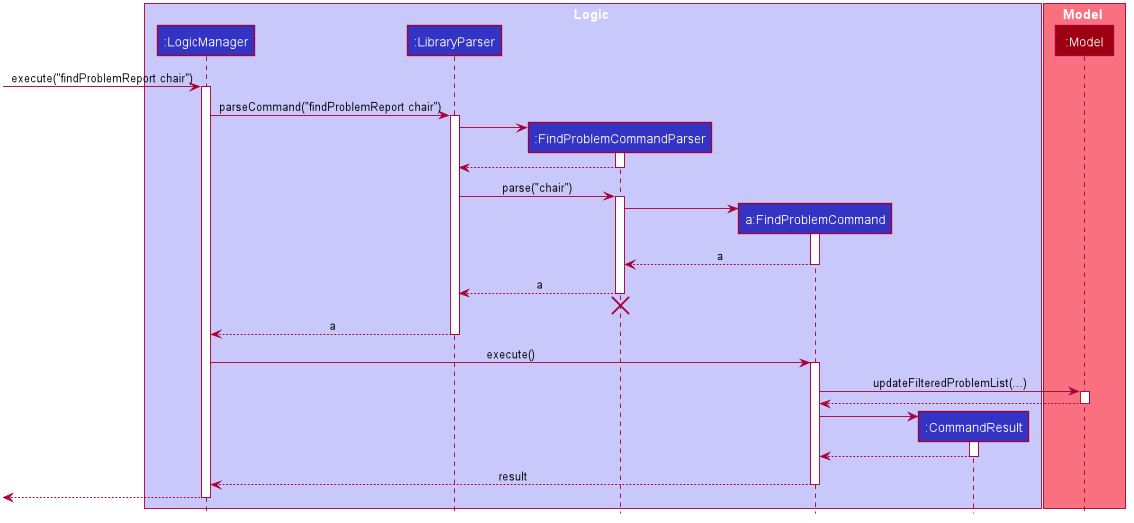
The PlantUML diagram docs/images/FindProblemReportSequenceDiagram.png in richardcom/tp, before a commit. The source it was exported from:
```plantuml
@startuml








skinparam BackgroundColor #FFFFFFF

skinparam Shadowing false

skinparam Class {
    FontColor #FFFFFF
    BorderThickness 1
    BorderColor #FFFFFF
    StereotypeFontColor #FFFFFF
    FontName Arial
}

skinparam Actor {
    BorderColor #000000
    Color #000000
    FontName Arial
}

skinparam Sequence {
    MessageAlign center
    BoxFontSize 15
    BoxPadding 0
    BoxFontColor #FFFFFF
    FontName Arial
}

skinparam Participant {
    FontColor #FFFFFFF
    Padding 20
}

skinparam MinClassWidth 50
skinparam ParticipantPadding 10
skinparam Shadowing false
skinparam DefaultTextAlignment center
skinparam packageStyle Rectangle

hide footbox
hide members
hide circle

box Logic #C8C8FA
participant ":LogicManager" as LogicManager #3333C4
participant ":LibraryParser" as LibraryParser #3333C4
participant ":FindProblemCommandParser" as FindProblemCommandParser #3333C4
participant "a:FindProblemCommand" as FindProblemCommand #3333C4
participant ":CommandResult" as CommandResult #3333C4
end box

box Model #F97181
participant ":Model" as Model #9D0012
end box

[-> LogicManager : execute("findProblemReport chair")
activate LogicManager

LogicManager -> LibraryParser : parseCommand("findProblemReport chair")
activate LibraryParser

create FindProblemCommandParser
LibraryParser -> FindProblemCommandParser
activate FindProblemCommandParser

FindProblemCommandParser --> LibraryParser
deactivate FindProblemCommandParser

LibraryParser -> FindProblemCommandParser : parse("chair")
activate FindProblemCommandParser

create FindProblemCommand
FindProblemCommandParser -> FindProblemCommand
activate FindProblemCommand

FindProblemCommand --> FindProblemCommandParser : a
deactivate FindProblemCommand

FindProblemCommandParser --> LibraryParser : a
deactivate FindProblemCommandParser
FindProblemCommandParser -[hidden]-> LibraryParser
destroy FindProblemCommandParser

LibraryParser --> LogicManager : a
deactivate LibraryParser

LogicManager -> FindProblemCommand : execute()
activate FindProblemCommand

FindProblemCommand -> Model : updateFilteredProblemList(...)
activate Model

Model --> FindProblemCommand
deactivate Model

create CommandResult
FindProblemCommand -> CommandResult
activate CommandResult

CommandResult --> FindProblemCommand
deactivate CommandResult

FindProblemCommand --> LogicManager : result
deactivate FindProblemCommand

[<--LogicManager
deactivate LogicManager
@enduml
```
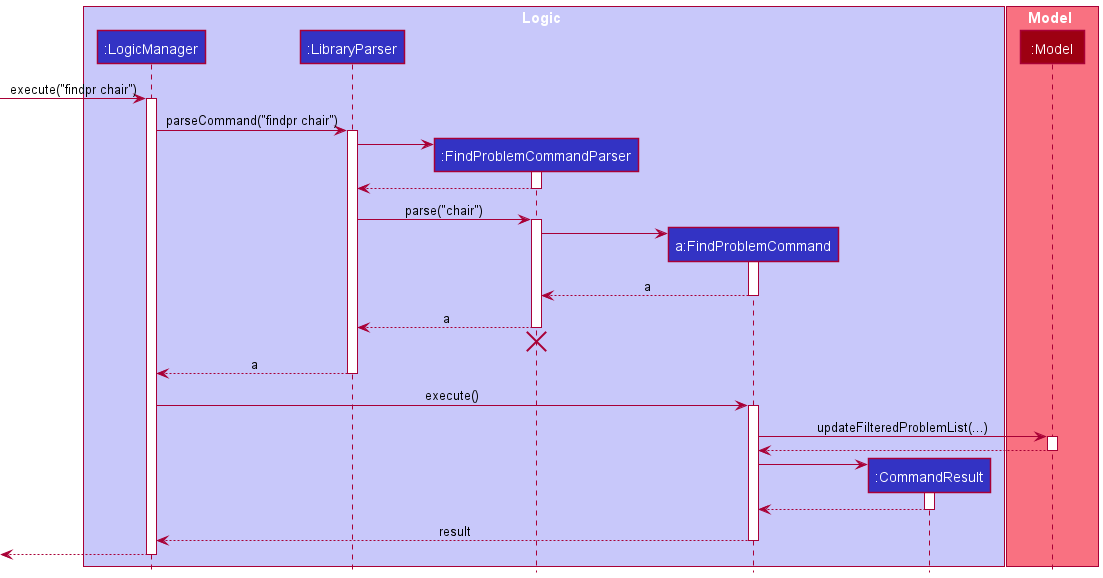
After the commit.

Commit message:
Update name to findpr

What changed in the source:
```diff
@@ -1,69 +1,22 @@
 @startuml
+!include style.puml
 
-
-
-
-
-
-
-
-skinparam BackgroundColor #FFFFFFF
-
-skinparam Shadowing false
-
-skinparam Class {
-    FontColor #FFFFFF
-    BorderThickness 1
-    BorderColor #FFFFFF
-    StereotypeFontColor #FFFFFF
-    FontName Arial
-}
-
-skinparam Actor {
-    BorderColor #000000
-    Color #000000
-    FontName Arial
-}
-
-skinparam Sequence {
-    MessageAlign center
-    BoxFontSize 15
-    BoxPadding 0
-    BoxFontColor #FFFFFF
-    FontName Arial
-}
-
-skinparam Participant {
-    FontColor #FFFFFFF
-    Padding 20
-}
-
-skinparam MinClassWidth 50
-skinparam ParticipantPadding 10
-skinparam Shadowing false
-skinparam DefaultTextAlignment center
-skinparam packageStyle Rectangle
-
-hide footbox
-hide members
-hide circle
-
-box Logic #C8C8FA
-participant ":LogicManager" as LogicManager #3333C4
-participant ":LibraryParser" as LibraryParser #3333C4
-participant ":FindProblemCommandParser" as FindProblemCommandParser #3333C4
-participant "a:FindProblemCommand" as FindProblemCommand #3333C4
-participant ":CommandResult" as CommandResult #3333C4
+box Logic LOGIC_COLOR_T1
+participant ":LogicManager" as LogicManager LOGIC_COLOR
+participant ":LibraryParser" as LibraryParser LOGIC_COLOR
+participant ":FindProblemCommandParser" as FindProblemCommandParser LOGIC_COLOR
+participant "a:FindProblemCommand" as FindProblemCommand LOGIC_COLOR
+participant ":CommandResult" as CommandResult LOGIC_COLOR
 end box
 
-box Model #F97181
-participant ":Model" as Model #9D0012
+box Model MODEL_COLOR_T1
+participant ":Model" as Model MODEL_COLOR
 end box
 
-[-> LogicManager : execute("findProblemReport chair")
+[-> LogicManager : execute("findpr chair")
 activate LogicManager
 
-LogicManager -> LibraryParser : parseCommand("findProblemReport chair")
+LogicManager -> LibraryParser : parseCommand("findpr chair")
 activate LibraryParser
 
 create FindProblemCommandParser
```
